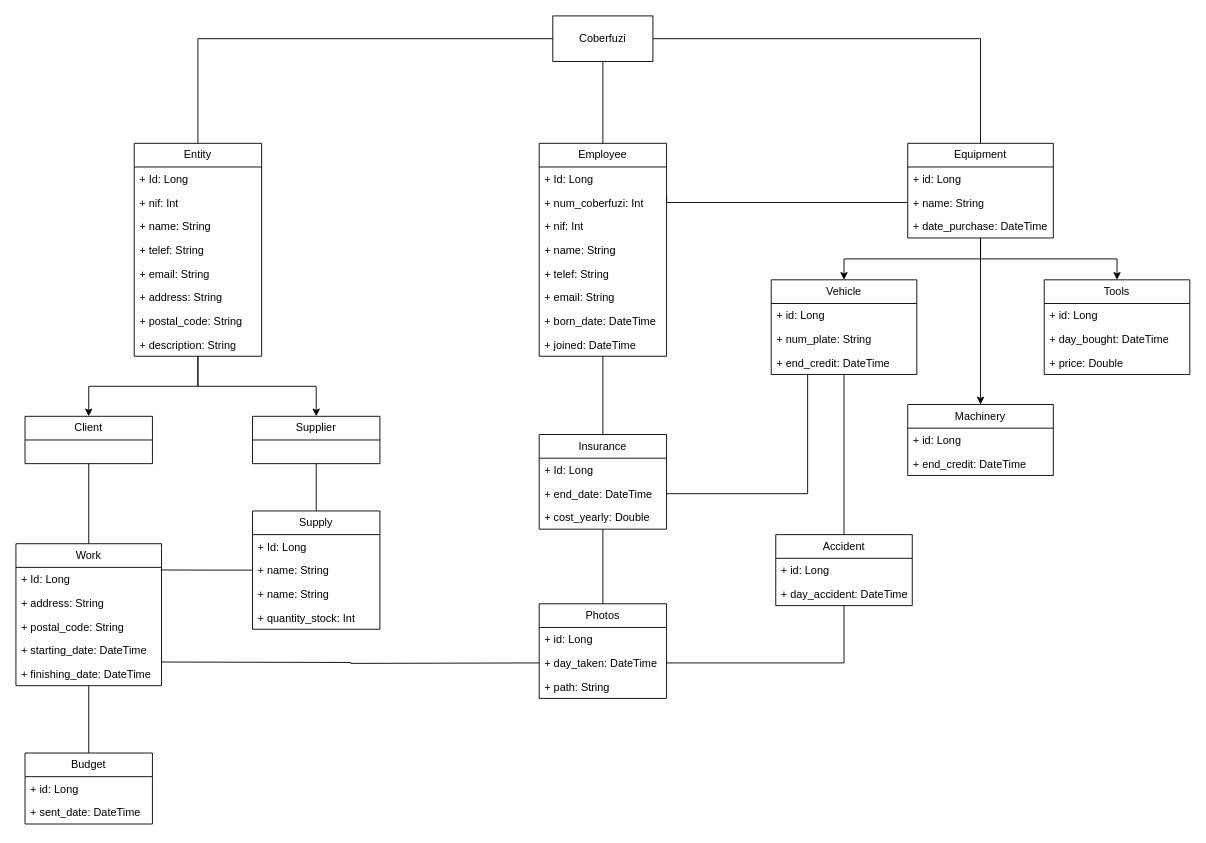
Earlier version of the draw.io diagram page "Domain Model - With Fields" (2 of 2) of CoberfuziFileManager.drawio (Nickhsu11/CoberfuziFileManager). Source tidied: cells renumbered, new cells numbered last; positions are measured from the earlier drawing's top-left corner, leaving out a move shared by most shapes. Both pictures are drawn from the tidied source at 91%, with x=0, y=0 at pixel (15, 15).
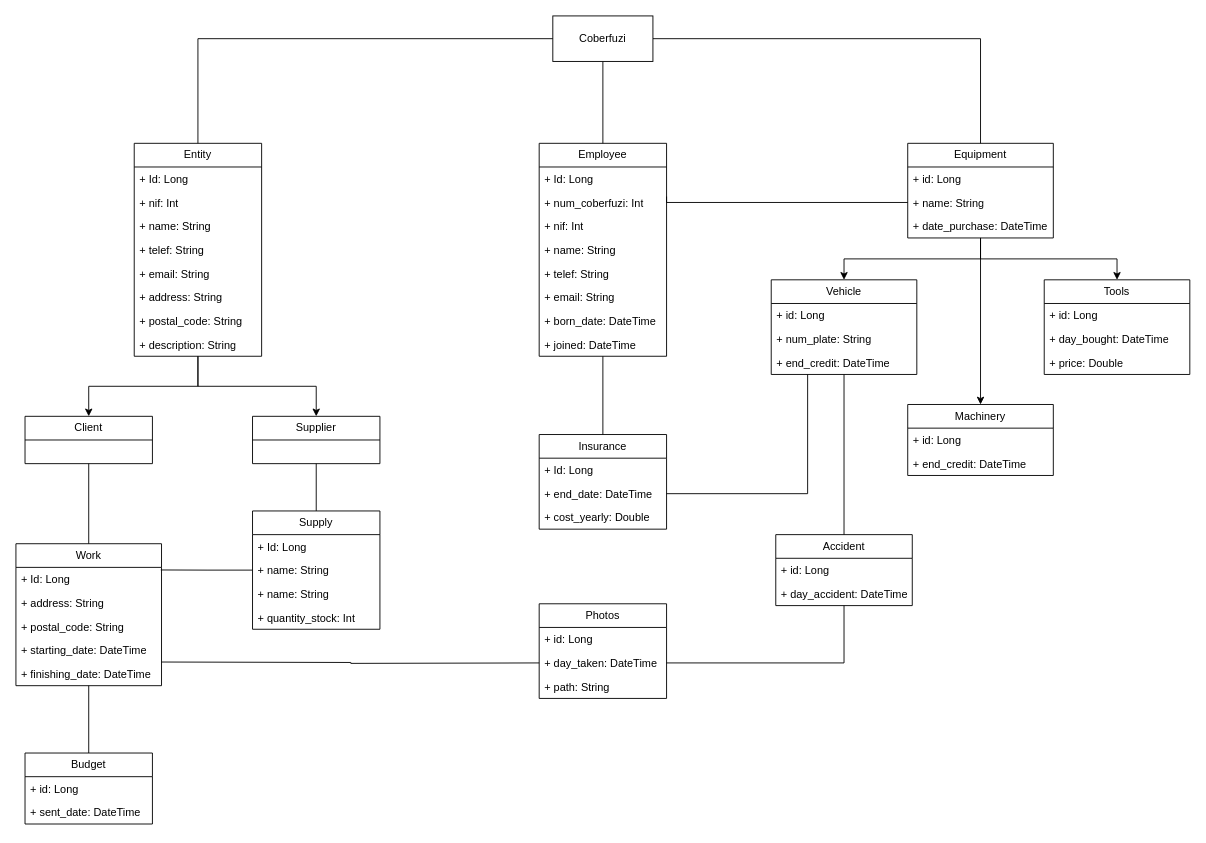
Above is the later version.

The change refers to these unchanged cells:
```xml
<mxCell id="48" value="Insurance" style="swimlane;fontStyle=0;horizontal=1;startSize=26;fillColor=none;whiteSpace=wrap;html=1;" parent="1" vertex="1">
  <mxGeometry x="575" y="460" width="140" height="104" as="geometry" />
</mxCell>
<mxCell id="73" value="Photos" style="swimlane;fontStyle=0;horizontal=1;startSize=26;fillColor=none;whiteSpace=wrap;html=1;" parent="1" vertex="1">
  <mxGeometry x="575" y="646" width="140" height="104" as="geometry" />
</mxCell>
```

Diff of the diagram source:
```diff
@@
-    <mxCell id="47" style="edgeStyle=orthogonalEdgeStyle;rounded=0;jettySize=auto;html=1;exitX=0.5;exitY=1;exitDx=0;exitDy=0;entryX=0.5;entryY=0;entryDx=0;entryDy=0;endArrow=none;endFill=0;" parent="1" edge="1" source="48" target="73">
-      <mxGeometry relative="1" as="geometry" />
-    </mxCell>
```
